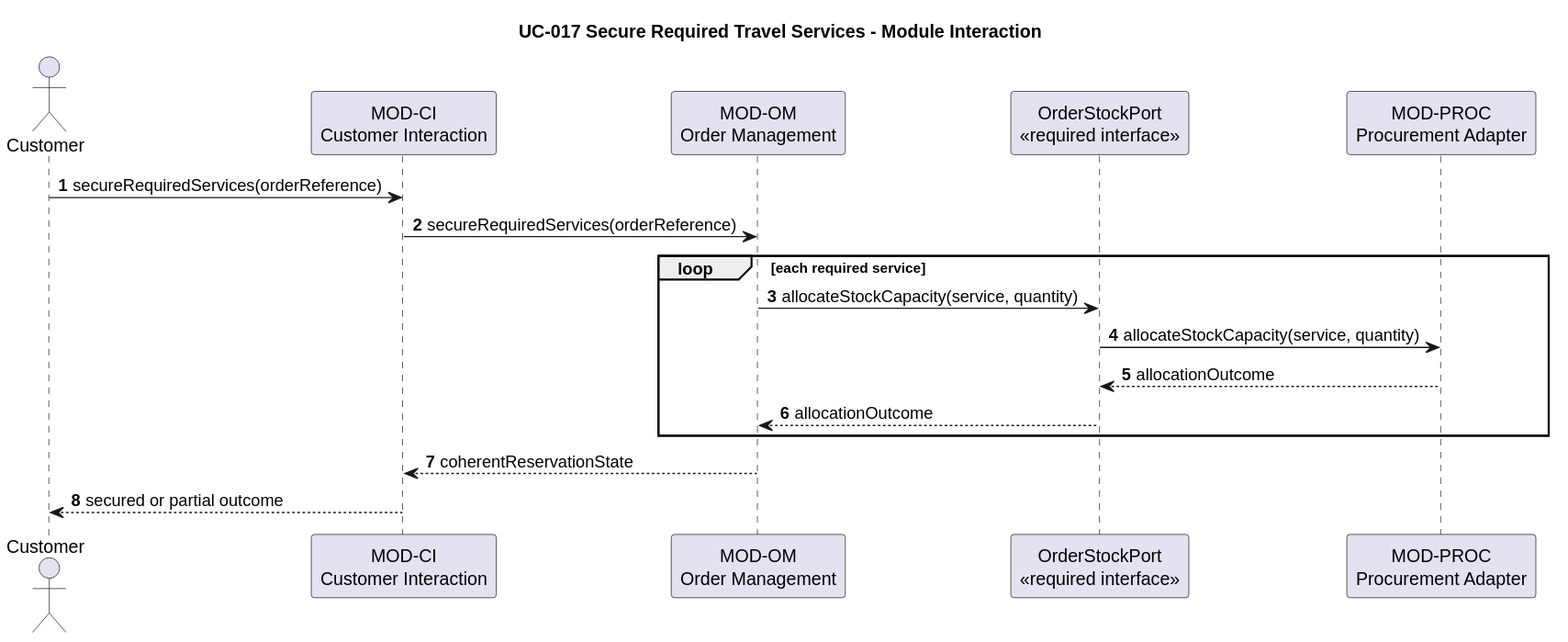
Above: docs/architecture/software-architecture/uc-017-secure-required-travel-services.svg in hochschule-darmstadt/a3se_app (PlantUML), before the change.
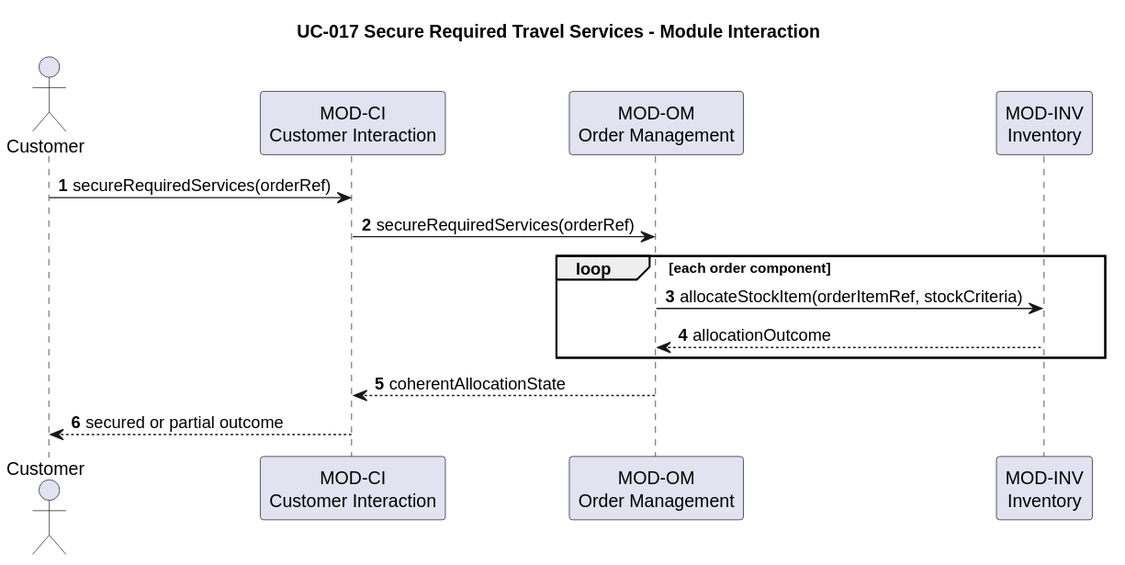
After the change.

What changed in the source:
```diff
@@ -4,17 +4,14 @@
 actor Customer
 participant "MOD-CI\nCustomer Interaction" as CI
 participant "MOD-OM\nOrder Management" as OM
-participant "OrderStockPort\n<<required interface>>" as STOCK
-participant "MOD-PROC\nProcurement Adapter" as PROC
+participant "MOD-INV\nInventory" as INV
 
-Customer -> CI: secureRequiredServices(orderReference)
-CI -> OM: secureRequiredServices(orderReference)
-loop each required service
-  OM -> STOCK: allocateStockCapacity(service, quantity)
-  STOCK -> PROC: allocateStockCapacity(service, quantity)
-  PROC --> STOCK: allocationOutcome
-  STOCK --> OM: allocationOutcome
+Customer -> CI: secureRequiredServices(orderRef)
+CI -> OM: secureRequiredServices(orderRef)
+loop each order component
+  OM -> INV: allocateStockItem(orderItemRef, stockCriteria)
+  INV --> OM: allocationOutcome
 end
-OM --> CI: coherentReservationState
+OM --> CI: coherentAllocationState
 CI --> Customer: secured or partial outcome
 @enduml
```
